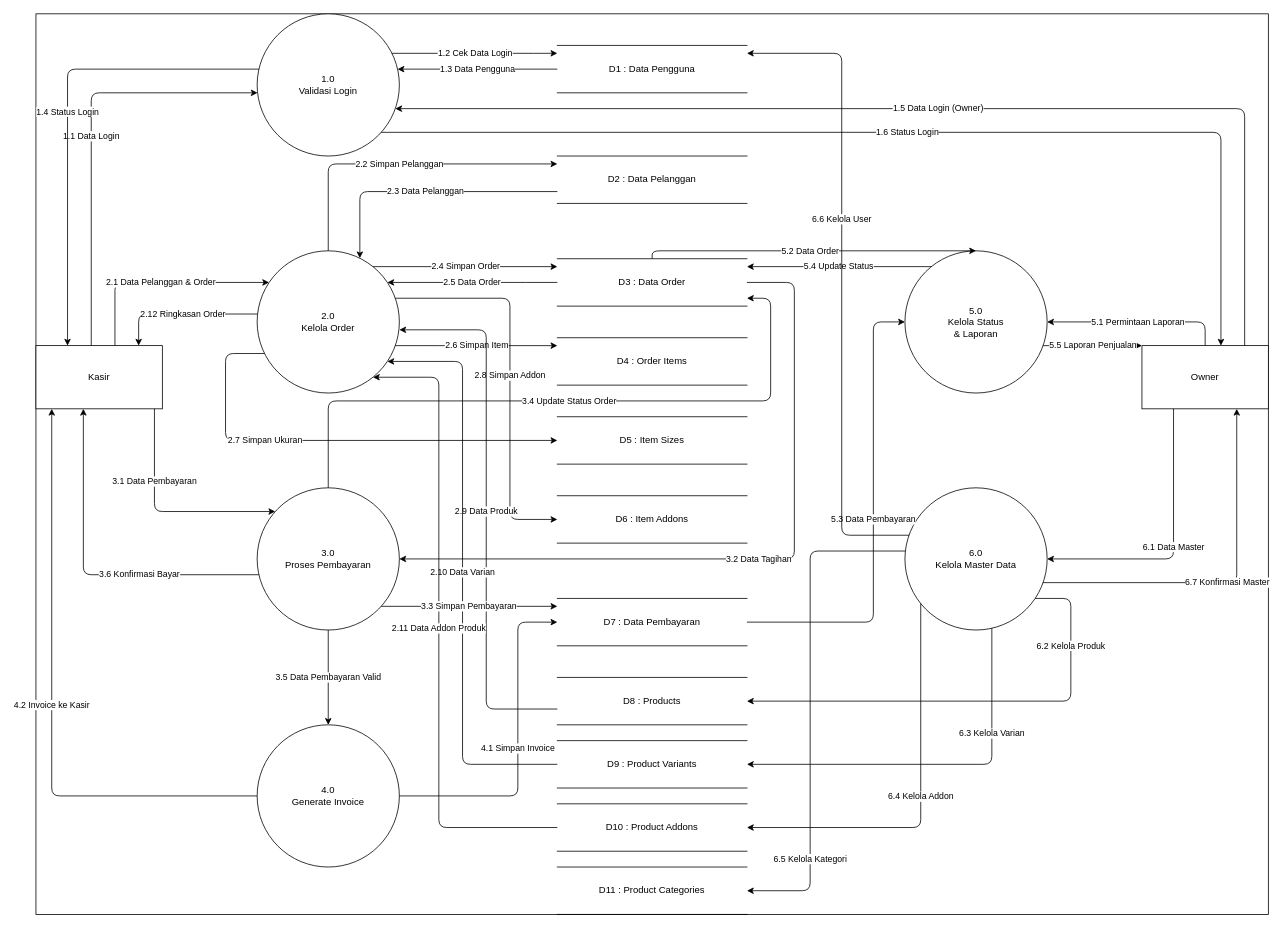
K35x/si_siblings_uml keeps this draw.io diagram as page "DFD LVL 01" (7 of 9) of ALL UML.drawio. Above is the earlier version. Source tidied: cells renumbered, new cells numbered last; positions are measured from the earlier drawing's top-left corner, leaving out a move shared by most shapes. Both pictures are drawn from the tidied source at 79%, with x=0, y=0 at pixel (36, 13).
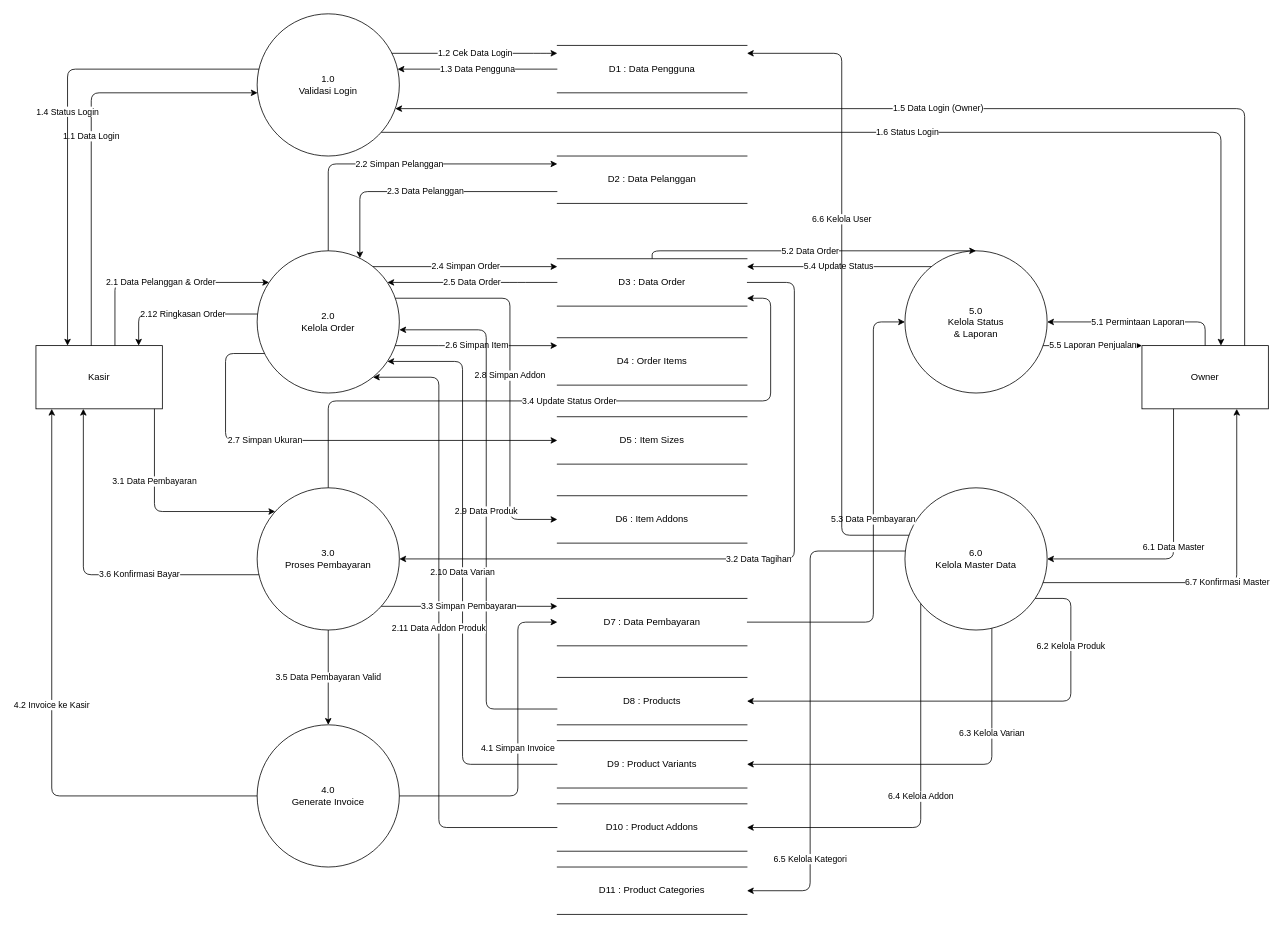
The same diagram, later.

Change to the diagram source:
```diff
@@
-    <mxCell id="2" style="group;strokeColor=default;" parent="1" vertex="1">
+    <mxCell id="2" style="group;strokeColor=none;" parent="1" vertex="1">
       <mxGeometry width="1560" height="1140" as="geometry" />
     </mxCell>
```
